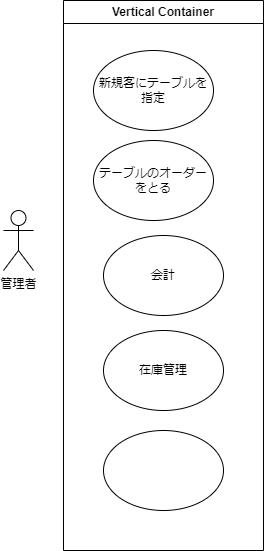
MasakiHiguchi/--- keeps this draw.io diagram as psp4/ユースケース.drawio.png. Above is the earlier version. Source tidied: cells renumbered, new cells last; positions are measured from the earlier drawing's top-left corner, leaving out a move shared by most shapes. Source of this version:
```xml
<mxGraphModel>
  <root>
    <mxCell id="0" />
    <mxCell id="1" parent="0" />
    <mxCell id="2" value="管理者" style="shape=umlActor;verticalLabelPosition=bottom;verticalAlign=top;html=1;" parent="1" vertex="1">
      <mxGeometry y="210" width="30" height="60" as="geometry" />
    </mxCell>
    <mxCell id="3" value="Vertical Container" style="swimlane;whiteSpace=wrap;html=1;" parent="1" vertex="1">
      <mxGeometry x="60" width="200" height="550" as="geometry" />
    </mxCell>
    <mxCell id="4" value="在庫管理" style="ellipse;whiteSpace=wrap;html=1;" parent="3" vertex="1">
      <mxGeometry x="40" y="330" width="120" height="80" as="geometry" />
    </mxCell>
    <mxCell id="5" style="ellipse;whiteSpace=wrap;html=1;" parent="3" vertex="1">
      <mxGeometry x="40" y="430" width="120" height="80" as="geometry" />
    </mxCell>
    <mxCell id="6" value="会計" style="ellipse;whiteSpace=wrap;html=1;" parent="3" vertex="1">
      <mxGeometry x="40" y="235" width="120" height="80" as="geometry" />
    </mxCell>
    <mxCell id="7" value="テーブルのオーダーをとる" style="ellipse;whiteSpace=wrap;html=1;" parent="3" vertex="1">
      <mxGeometry x="30" y="140" width="120" height="80" as="geometry" />
    </mxCell>
    <mxCell id="8" value="新規客にテーブルを指定" style="ellipse;whiteSpace=wrap;html=1;" parent="3" vertex="1">
      <mxGeometry x="30" y="50" width="120" height="80" as="geometry" />
    </mxCell>
  </root>
</mxGraphModel>
```
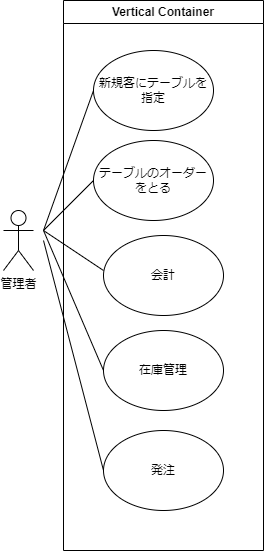
The same file after the commit.

What changed in the source:
```diff
@@ -11,7 +11,7 @@
     <mxCell id="4" value="在庫管理" style="ellipse;whiteSpace=wrap;html=1;" parent="3" vertex="1">
       <mxGeometry x="40" y="330" width="120" height="80" as="geometry" />
     </mxCell>
-    <mxCell id="5" style="ellipse;whiteSpace=wrap;html=1;" parent="3" vertex="1">
+    <mxCell id="5" value="発注" style="ellipse;whiteSpace=wrap;html=1;" parent="3" vertex="1">
       <mxGeometry x="40" y="430" width="120" height="80" as="geometry" />
     </mxCell>
     <mxCell id="6" value="会計" style="ellipse;whiteSpace=wrap;html=1;" parent="3" vertex="1">
@@ -23,5 +23,35 @@
     <mxCell id="8" value="新規客にテーブルを指定" style="ellipse;whiteSpace=wrap;html=1;" parent="3" vertex="1">
       <mxGeometry x="30" y="50" width="120" height="80" as="geometry" />
     </mxCell>
+    <mxCell id="9" style="endArrow=none;html=1;" parent="3" edge="1">
+      <mxGeometry relative="1" as="geometry">
+        <mxPoint x="-20" y="230" as="sourcePoint" />
+        <mxPoint x="30" y="180" as="targetPoint" />
+      </mxGeometry>
+    </mxCell>
+    <mxCell id="10" style="endArrow=none;html=1;" parent="3" edge="1">
+      <mxGeometry relative="1" as="geometry">
+        <mxPoint x="-20" y="230" as="sourcePoint" />
+        <mxPoint x="30" y="90" as="targetPoint" />
+      </mxGeometry>
+    </mxCell>
+    <mxCell id="11" style="endArrow=none;html=1;" parent="3" edge="1">
+      <mxGeometry relative="1" as="geometry">
+        <mxPoint x="-20" y="230" as="sourcePoint" />
+        <mxPoint x="40" y="270" as="targetPoint" />
+      </mxGeometry>
+    </mxCell>
+    <mxCell id="12" style="endArrow=none;html=1;" parent="3" edge="1">
+      <mxGeometry relative="1" as="geometry">
+        <mxPoint x="-20" y="230" as="sourcePoint" />
+        <mxPoint x="40" y="370" as="targetPoint" />
+      </mxGeometry>
+    </mxCell>
+    <mxCell id="13" style="endArrow=none;html=1;" parent="3" edge="1">
+      <mxGeometry relative="1" as="geometry">
+        <mxPoint x="-20" y="240" as="sourcePoint" />
+        <mxPoint x="40" y="470" as="targetPoint" />
+      </mxGeometry>
+    </mxCell>
   </root>
 </mxGraphModel>
```
